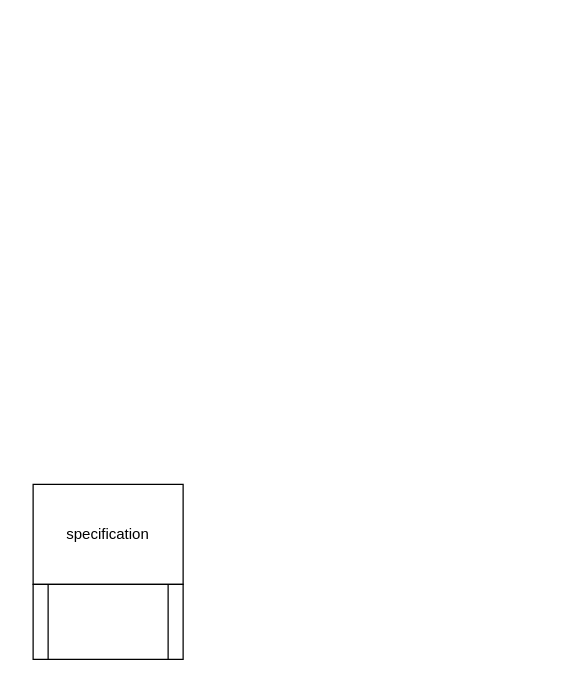
Above: Untitled Diagram.drawio in anderslindho/drawio (draw.io), before the change. Source tidied: cells renumbered, new cells numbered last; positions are measured from the earlier drawing's top-left corner, leaving out a move shared by most shapes. Both pictures are drawn from the tidied source at 125%, with x=0, y=0 at pixel (32, 484).
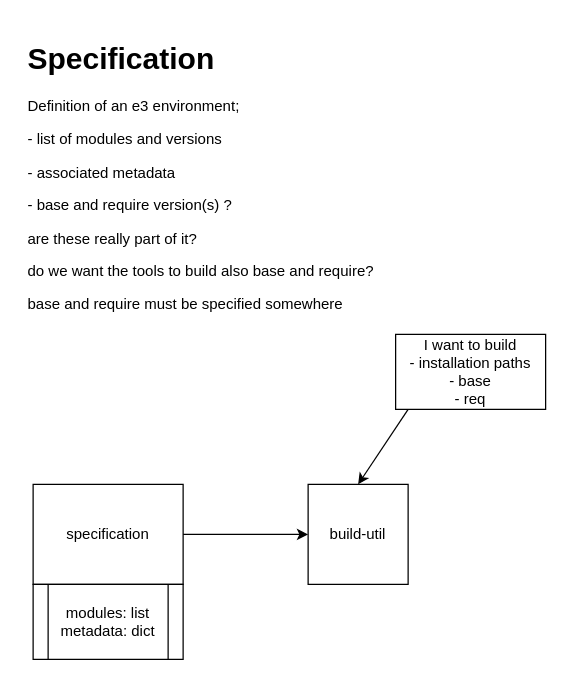
Above is the later version.

Change to the diagram source:
```diff
@@
 <mxGraphModel>
   <root>
     <mxCell id="0" />
     <mxCell id="1" parent="0" />
     <mxCell id="2" value="&lt;div&gt;specification&lt;/div&gt;" style="rounded=0;whiteSpace=wrap;html=1;" parent="1" vertex="1">
       <mxGeometry width="120" height="80" as="geometry" />
     </mxCell>
-    <mxCell id="3" style="shape=process;whiteSpace=wrap;html=1;backgroundOutline=1;" parent="1" vertex="1">
-      <mxGeometry y="80" width="120" height="60" as="geometry" />
-    </mxCell>
+    <mxCell id="4" value="&lt;h1&gt;Specification&lt;/h1&gt;&lt;p&gt;Definition of an e3 environment;&lt;/p&gt;&lt;p&gt;- list of modules and versions&lt;/p&gt;&lt;p&gt;- associated metadata&lt;/p&gt;&lt;p&gt;- base and require version(s) ?&lt;/p&gt;&lt;p&gt;are these really part of it?&lt;/p&gt;&lt;p&gt;do we want the tools to build also base and require?&lt;/p&gt;&lt;p&gt;base and require must be specified somewhere&lt;br&gt;&lt;/p&gt;" style="text;html=1;strokeColor=none;fillColor=none;spacing=5;spacingTop=-20;whiteSpace=wrap;overflow=hidden;rounded=0;" parent="1" vertex="1">
+      <mxGeometry x="-9" y="-360" width="419" height="270" as="geometry" />
+    </mxCell>
+    <mxCell id="5" value="&lt;div&gt;modules: list&lt;/div&gt;&lt;div&gt;metadata: dict&lt;br&gt;&lt;/div&gt;" style="shape=process;whiteSpace=wrap;html=1;backgroundOutline=1;" parent="1" vertex="1">
+      <mxGeometry y="80" width="120" height="60" as="geometry" />
+    </mxCell>
+    <mxCell id="6" style="endArrow=classic;html=1;exitX=1;exitY=0.5;exitDx=0;exitDy=0;" parent="1" edge="1" source="2">
+      <mxGeometry relative="1" as="geometry">
+        <mxPoint x="220" y="40" as="targetPoint" />
+      </mxGeometry>
+    </mxCell>
+    <mxCell id="7" value="&lt;div&gt;build-util&lt;/div&gt;" style="whiteSpace=wrap;html=1;" parent="1" vertex="1">
+      <mxGeometry x="220" width="80" height="80" as="geometry" />
+    </mxCell>
+    <mxCell id="8" style="endArrow=classic;html=1;entryX=0.5;entryY=0;entryDx=0;entryDy=0;" parent="1" edge="1" target="7">
+      <mxGeometry relative="1" as="geometry">
+        <mxPoint x="300" y="-60" as="sourcePoint" />
+      </mxGeometry>
+    </mxCell>
+    <mxCell id="9" value="&lt;div&gt;I want to build&lt;/div&gt;&lt;div&gt;- installation paths&lt;/div&gt;&lt;div&gt;- base&lt;/div&gt;&lt;div&gt;- req&lt;br&gt;&lt;/div&gt;" style="rounded=0;whiteSpace=wrap;html=1;" parent="1" vertex="1">
+      <mxGeometry x="290" y="-120" width="120" height="60" as="geometry" />
+    </mxCell>
   </root>
 </mxGraphModel>
```
